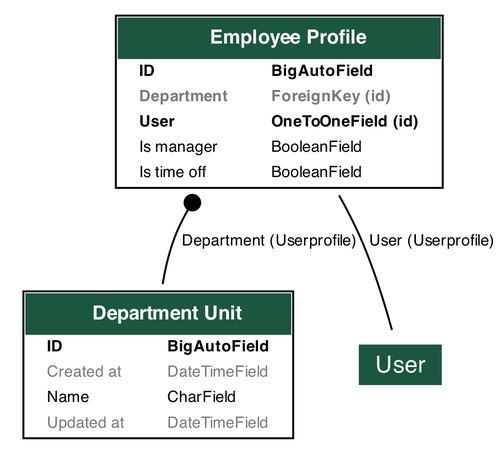
This is schemas/department.png from Paul447/HRMS, a Graphviz export, as it was before one commit. Its source is kept beside it as schemas/department.dot.
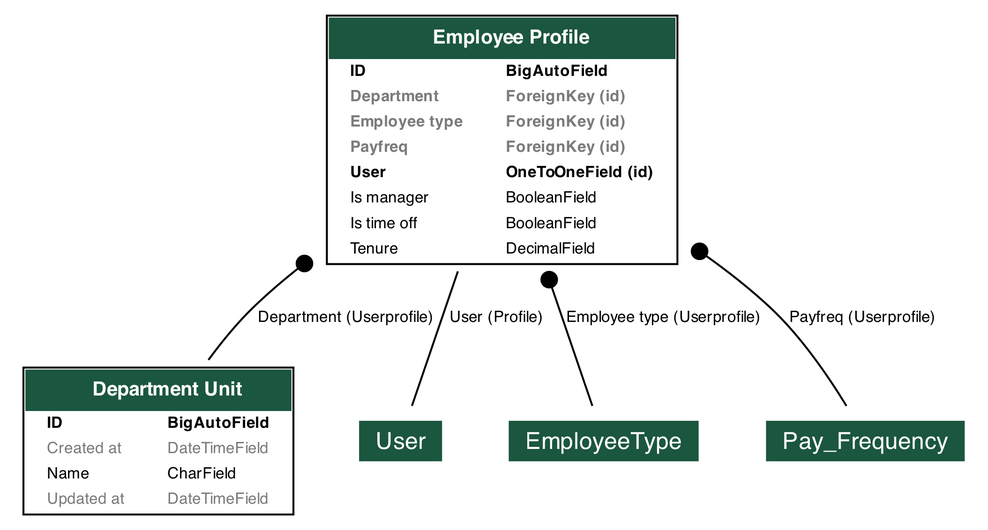
Above is the later version.

The edit, as a diff of the source:
```diff
@@ -1,5 +1,5 @@
 digraph model_graph {
-	graph [bb="0,0,243.18,224.5",
+	graph [bb="0,0,498,263.5",
 		fontname=Roboto,
 		fontsize=8,
 		rankdir=TB,
@@ -57,7 +57,7 @@
     >,
 		pos="77.125,41.625",
 		width=2.1424];
-	department_models_UserProfile	[height=1.3368,
+	department_models_UserProfile	[height=1.8785,
 		label=<
     <TABLE BGCOLOR="white" BORDER="1" CELLBORDER="0" CELLSPACING="0">
     <TR><TD COLSPAN="2" CELLPADDING="5" ALIGN="CENTER" BGCOLOR="#1b563f">
@@ -76,6 +76,22 @@
 
     <TR><TD ALIGN="LEFT" BORDER="0">
     <FONT COLOR="#7B7B7B" FACE="Roboto"><B>Department</B></FONT>
+    </TD><TD ALIGN="LEFT">
+    <FONT COLOR="#7B7B7B" FACE="Roboto"><B>ForeignKey (id)</B></FONT>
+    </TD></TR>
+
+
+
+    <TR><TD ALIGN="LEFT" BORDER="0">
+    <FONT COLOR="#7B7B7B" FACE="Roboto"><B>Employee type</B></FONT>
+    </TD><TD ALIGN="LEFT">
+    <FONT COLOR="#7B7B7B" FACE="Roboto"><B>ForeignKey (id)</B></FONT>
+    </TD></TR>
+
+
+
+    <TR><TD ALIGN="LEFT" BORDER="0">
+    <FONT COLOR="#7B7B7B" FACE="Roboto"><B>Payfreq</B></FONT>
     </TD><TD ALIGN="LEFT">
     <FONT COLOR="#7B7B7B" FACE="Roboto"><B>ForeignKey (id)</B></FONT>
     </TD></TR>
@@ -105,16 +121,24 @@
     </TD></TR>
 
 
+
+    <TR><TD ALIGN="LEFT" BORDER="0">
+    <FONT FACE="Roboto">Tenure</FONT>
+    </TD><TD ALIGN="LEFT">
+    <FONT FACE="Roboto">DecimalField</FONT>
+    </TD></TR>
+
+
     </TABLE>
     >,
-		pos="139.12,176.38",
-		width=2.5486];
+		pos="253.12,195.88",
+		width=2.7153];
 	department_models_UserProfile -> department_models_Department	[arrowhead=none,
 		arrowtail=dot,
 		dir=both,
 		label=" Department (Userprofile)",
-		lp="123,105.75",
-		pos="s,87.03,128.5 82.201,121.04 80.157,117.54 78.356,113.94 76.875,110.25 73.466,101.75 72.158,92.152 71.986,82.914"];
+		lp="172,105.75",
+		pos="s,155.46,135.3 148.68,130.05 140.68,123.71 132.97,117.08 125.88,110.25 117.53,102.22 109.65,92.603 102.74,83.177"];
 	django_contrib_auth_models_User	[height=0.5,
 		label=<
   <TABLE BGCOLOR="white" BORDER="0" CELLBORDER="0" CELLSPACING="0">
@@ -128,7 +152,39 @@
 	department_models_UserProfile -> django_contrib_auth_models_User	[arrowhead=none,
 		arrowtail=none,
 		dir=both,
-		label=" User (Userprofile)",
-		lp="209.8,105.75",
-		pos="164.32,128.31 167.37,122.27 170.37,116.14 173.12,110.25 181.08,93.21 189.2,73.27 194.63,59.479"];
+		label=" User (Profile)",
+		lp="249.14,105.75",
+		pos="230.47,128.54 221.82,103.22 212.67,76.425 206.93,59.624"];
+	employeetype_models_EmployeeType	[height=0.5,
+		label=<
+  <TABLE BGCOLOR="white" BORDER="0" CELLBORDER="0" CELLSPACING="0">
+  <TR><TD COLSPAN="2" CELLPADDING="4" ALIGN="CENTER" BGCOLOR="#1b563f">
+  <FONT FACE="Roboto" POINT-SIZE="12" COLOR="white">EmployeeType</FONT>
+  </TD></TR>
+  </TABLE>
+  >,
+		pos="305.12,41.625",
+		width=1.5729];
+	department_models_UserProfile -> employeetype_models_EmployeeType	[arrowhead=none,
+		arrowtail=dot,
+		dir=both,
+		label=" Employee type (Userprofile)",
+		lp="334.78,105.75",
+		pos="s,275.78,128.54 278.63,120.19 286.39,97.476 294.21,74.588 299.32,59.624"];
+	payfrequency_models_Pay_Frequency	[height=0.5,
+		label=<
+  <TABLE BGCOLOR="white" BORDER="0" CELLBORDER="0" CELLSPACING="0">
+  <TR><TD COLSPAN="2" CELLPADDING="4" ALIGN="CENTER" BGCOLOR="#1b563f">
+  <FONT FACE="Roboto" POINT-SIZE="12" COLOR="white">Pay_Frequency</FONT>
+  </TD></TR>
+  </TABLE>
+  >,
+		pos="439.12,41.625",
+		width=1.6354];
+	department_models_UserProfile -> payfrequency_models_Pay_Frequency	[arrowhead=none,
+		arrowtail=dot,
+		dir=both,
+		label=" Payfreq (Userprofile)",
+		lp="436.73,105.75",
+		pos="s,350.54,141.36 357.69,136.37 369.13,128.23 380.2,119.47 390.12,110.25 406.27,95.252 420.52,74.223 429.43,59.613"];
 }
```
